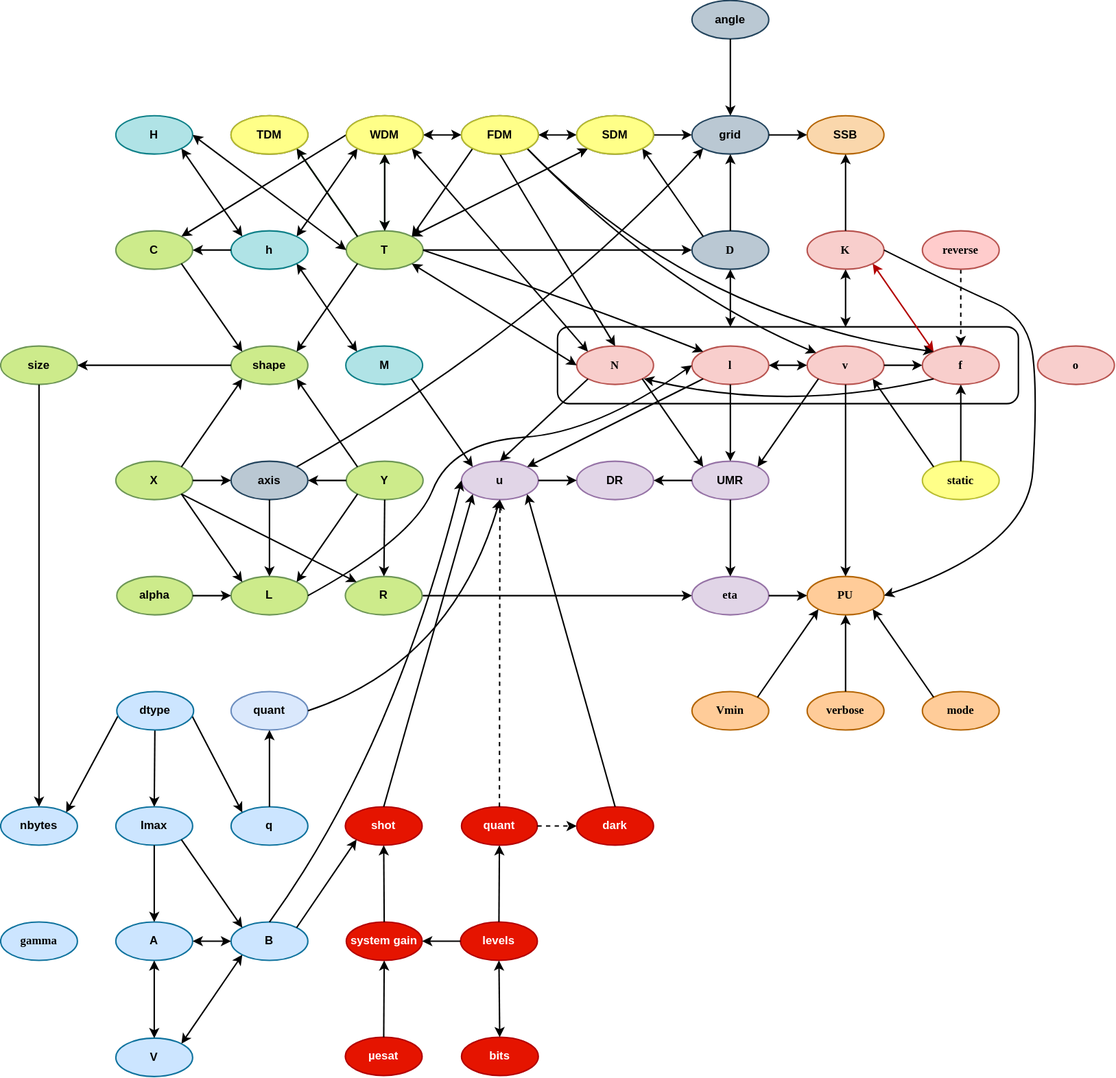
Earlier version of the draw.io export docs/interdependencies.svg (comimag/Fringes). Source tidied: cells renumbered, new cells last; positions are measured from the earlier drawing's top-left corner, leaving out a move shared by most shapes.
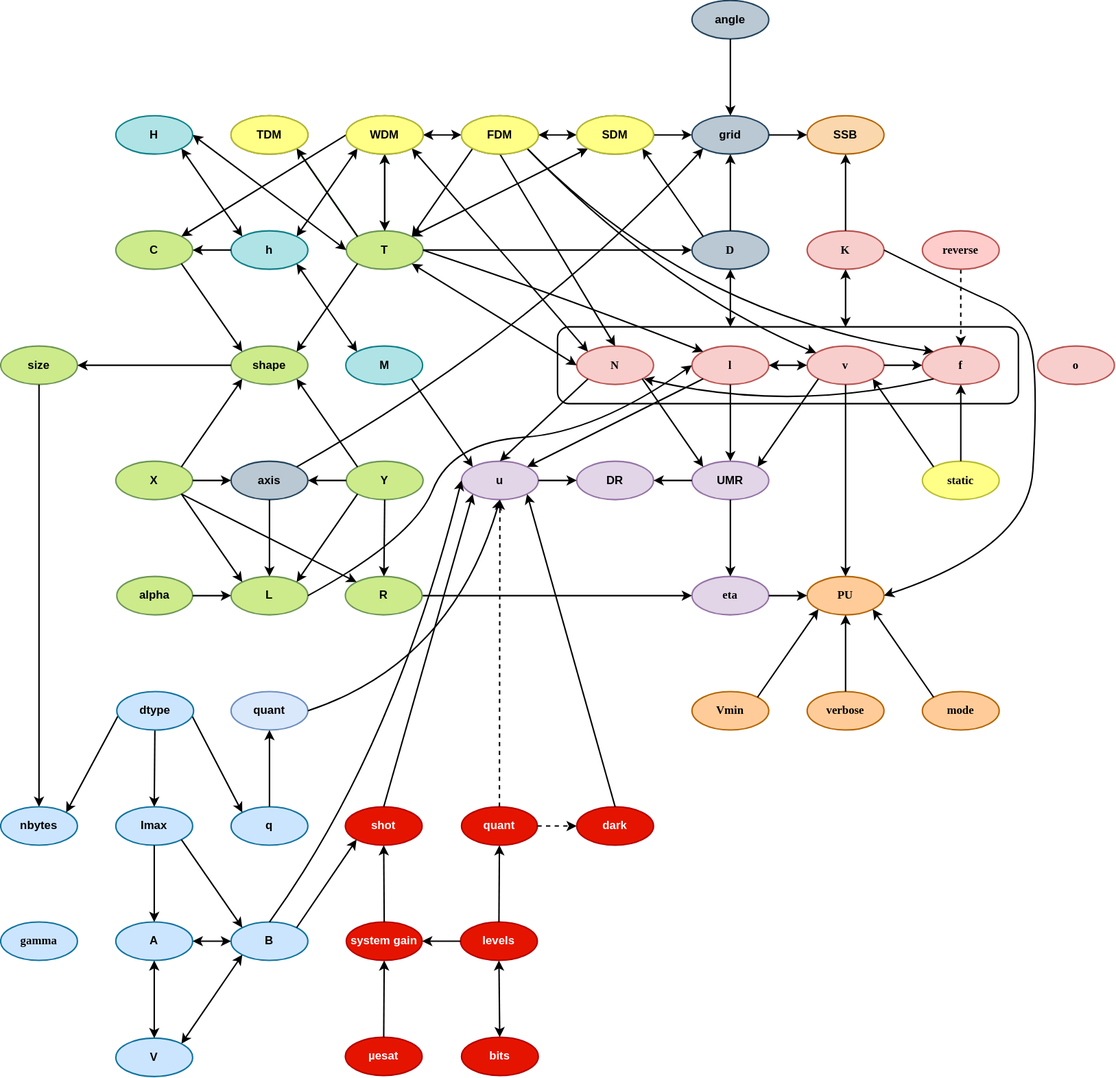
After the change.

Change to the diagram source:
```diff
@@ -38,9 +38,6 @@
     <mxCell id="13" value="UMR" style="ellipse;whiteSpace=wrap;html=1;fontStyle=1;fillColor=#e1d5e7;strokeColor=#9673a6;shadow=0;strokeWidth=1.5;labelBorderColor=none;" parent="1" vertex="1">
       <mxGeometry x="720" y="480" width="80" height="40" as="geometry" />
     </mxCell>
-    <mxCell id="14" style="endArrow=classic;startArrow=classic;html=1;rounded=0;exitX=0;exitY=0;exitDx=0;exitDy=0;entryX=1;entryY=1;entryDx=0;entryDy=0;fillColor=#e51400;strokeColor=#B20000;fontStyle=1;shadow=0;strokeWidth=1.5;labelBorderColor=none;" parent="1" edge="1" source="8" target="5">
-      <mxGeometry relative="1" as="geometry" />
-    </mxCell>
     <mxCell id="15" style="endArrow=classic;html=1;rounded=1;exitX=0;exitY=1;exitDx=0;exitDy=0;entryX=1;entryY=0;entryDx=0;entryDy=0;fontStyle=1;shadow=0;strokeWidth=1.5;labelBorderColor=none;" parent="1" edge="1" source="7" target="13">
       <mxGeometry relative="1" as="geometry" />
     </mxCell>
```
